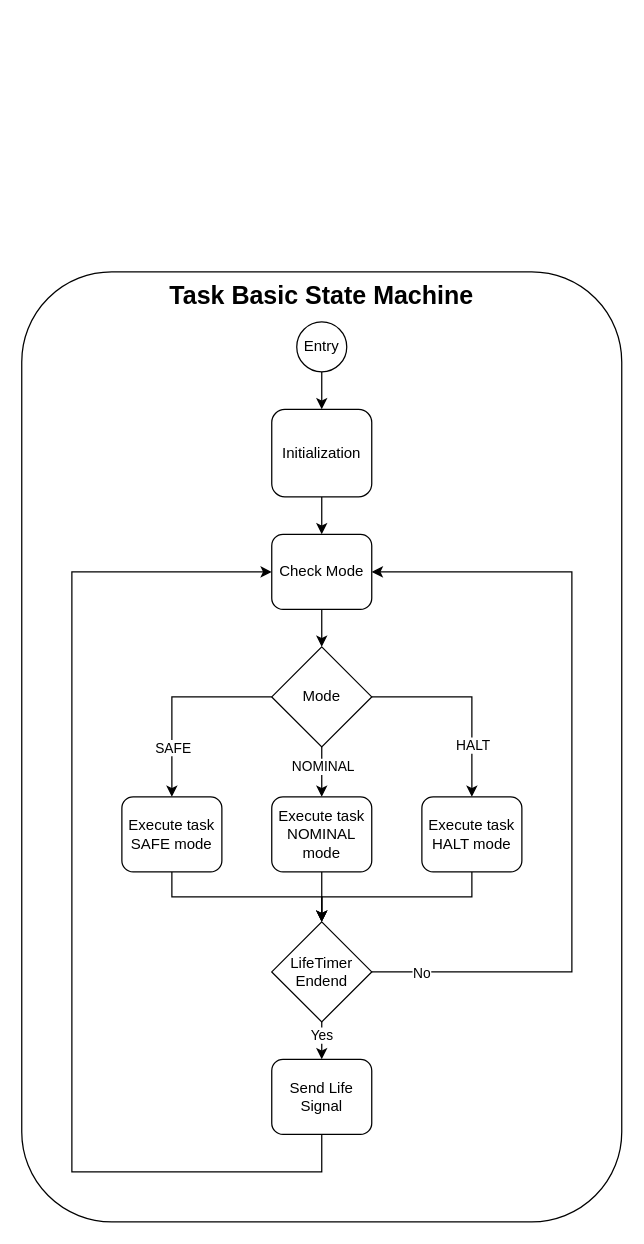
Before: doc/images/Task_Basic_State_Machine.drawio in TOLOSAT/flight-software, a draw.io diagram. Source tidied: cells renumbered, new cells numbered last; positions are measured from the earlier drawing's top-left corner, leaving out a move shared by most shapes. Both pictures are drawn from the tidied source at 125%, with x=0, y=0 at pixel (21, 271).
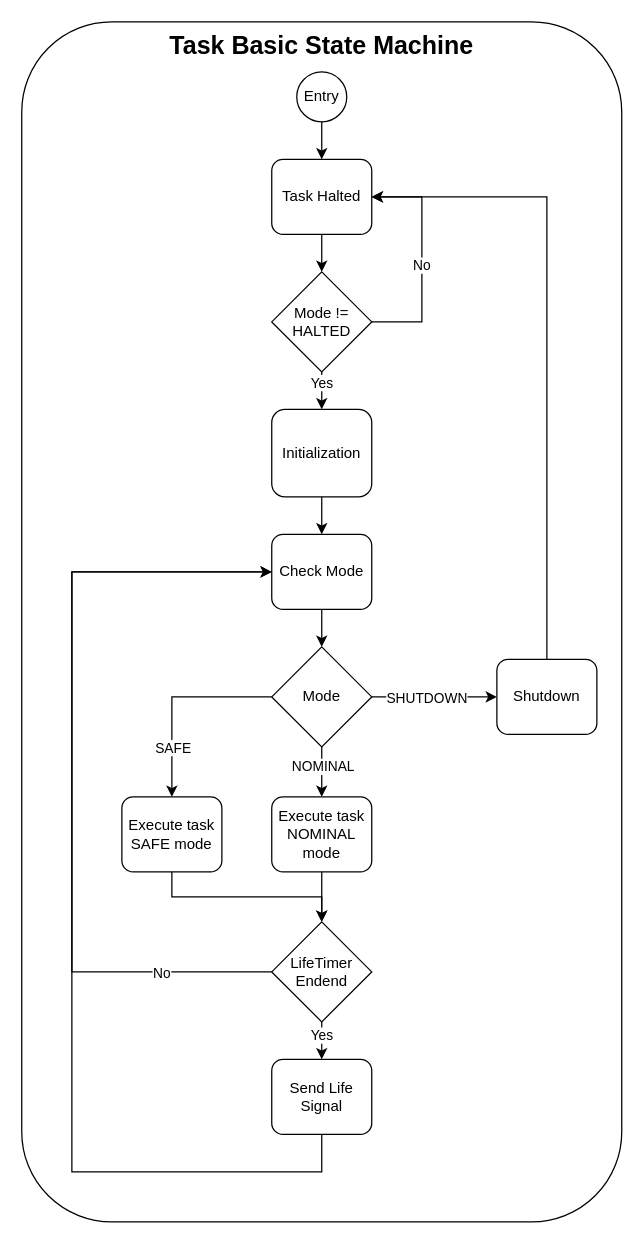
The same page after the edit.

Commit message (it also covers changes not shown here):
Improve basic task state machine

The change refers to these unchanged cells:
```xml
<mxCell id="4" value="Initialization" style="rounded=1;whiteSpace=wrap;html=1;" parent="1" vertex="1">
  <mxGeometry x="199.9" y="110" width="80" height="70" as="geometry" />
</mxCell>
<mxCell id="6" value="Check Mode" style="rounded=1;whiteSpace=wrap;html=1;" parent="1" vertex="1">
  <mxGeometry x="199.9" y="210" width="80" height="60" as="geometry" />
</mxCell>
<mxCell id="13" value="Mode" style="rhombus;whiteSpace=wrap;html=1;" parent="1" vertex="1">
  <mxGeometry x="199.9" y="300" width="80" height="80" as="geometry" />
</mxCell>
<mxCell id="26" value="LifeTimer Endend" style="rhombus;whiteSpace=wrap;html=1;" parent="1" vertex="1">
  <mxGeometry x="199.9" y="520" width="80" height="80" as="geometry" />
</mxCell>
```

Diff of the diagram source:
```diff
@@
     <mxCell id="2" value="&lt;font style=&quot;font-size: 20px;&quot;&gt;&lt;b&gt;Task Basic State Machine&lt;/b&gt;&lt;/font&gt;" style="rounded=1;whiteSpace=wrap;html=1;verticalAlign=top;" parent="1" vertex="1">
-      <mxGeometry x="-0.1" width="480" height="760" as="geometry" />
+      <mxGeometry x="-0.1" y="-200" width="480" height="960" as="geometry" />
     </mxCell>
@@
-    <mxCell id="11" style="edgeStyle=orthogonalEdgeStyle;rounded=0;jettySize=auto;html=1;exitX=1;exitY=0.5;exitDx=0;exitDy=0;entryX=0.5;entryY=0;entryDx=0;entryDy=0;" parent="1" edge="1" source="13" target="28">
+    <mxCell id="11" style="edgeStyle=orthogonalEdgeStyle;rounded=0;jettySize=auto;html=1;exitX=1;exitY=0.5;exitDx=0;exitDy=0;entryX=0;entryY=0.5;entryDx=0;entryDy=0;" parent="1" edge="1" source="13" target="28">
       <mxGeometry relative="1" as="geometry" />
     </mxCell>
-    <mxCell id="12" value="HALT" style="edgeLabel;html=1;align=center;verticalAlign=middle;" parent="11" vertex="1">
+    <mxCell id="12" value="SHUTDOWN" style="edgeLabel;html=1;align=center;verticalAlign=middle;" parent="11" vertex="1">
       <mxGeometry x="0.38" y="-2" relative="1" as="geometry">
-        <mxPoint x="2" y="9" as="offset" />
+        <mxPoint x="-25" y="-2" as="offset" />
       </mxGeometry>
     </mxCell>
@@
-    <mxCell id="14" style="edgeStyle=orthogonalEdgeStyle;rounded=0;jettySize=auto;html=1;exitX=0.5;exitY=1;exitDx=0;exitDy=0;entryX=0.5;entryY=0;entryDx=0;entryDy=0;" parent="1" edge="1" source="15" target="4">
-      <mxGeometry relative="1" as="geometry" />
-    </mxCell>
+    <mxCell id="29" style="edgeStyle=orthogonalEdgeStyle;rounded=0;jettySize=auto;html=1;exitX=0.5;exitY=1;exitDx=0;exitDy=0;entryX=0.5;entryY=0;entryDx=0;entryDy=0;" parent="1" edge="1" source="15" target="32">
+      <mxGeometry relative="1" as="geometry" />
+    </mxCell>
     <mxCell id="15" value="Entry" style="ellipse;whiteSpace=wrap;html=1;" parent="1" vertex="1">
-      <mxGeometry x="219.9" y="40" width="40" height="40" as="geometry" />
+      <mxGeometry x="219.9" y="-160" width="40" height="40" as="geometry" />
     </mxCell>
@@
-    <mxCell id="24" style="edgeStyle=orthogonalEdgeStyle;rounded=0;jettySize=auto;html=1;exitX=1;exitY=0.5;exitDx=0;exitDy=0;entryX=1;entryY=0.5;entryDx=0;entryDy=0;" parent="1" edge="1" source="26" target="6">
+    <mxCell id="24" style="edgeStyle=orthogonalEdgeStyle;rounded=0;jettySize=auto;html=1;exitX=0;exitY=0.5;exitDx=0;exitDy=0;entryX=0;entryY=0.5;entryDx=0;entryDy=0;" parent="1" edge="1" source="26" target="6">
       <mxGeometry relative="1" as="geometry">
         <Array as="points">
-          <mxPoint x="440" y="560" />
-          <mxPoint x="440" y="240" />
+          <mxPoint x="40" y="560" />
+          <mxPoint x="40" y="240" />
         </Array>
       </mxGeometry>
     </mxCell>
     <mxCell id="25" value="No" style="edgeLabel;html=1;align=center;verticalAlign=middle;" parent="24" vertex="1">
       <mxGeometry x="-0.8" y="2" relative="1" as="geometry">
-        <mxPoint x="-24" y="2" as="offset" />
+        <mxPoint x="-24" y="-2" as="offset" />
       </mxGeometry>
     </mxCell>
@@
-    <mxCell id="27" style="edgeStyle=orthogonalEdgeStyle;rounded=0;jettySize=auto;html=1;exitX=0.5;exitY=1;exitDx=0;exitDy=0;entryX=0.5;entryY=0;entryDx=0;entryDy=0;" parent="1" edge="1" source="28" target="26">
-      <mxGeometry relative="1" as="geometry" />
-    </mxCell>
+    <mxCell id="30" style="edgeStyle=orthogonalEdgeStyle;rounded=0;jettySize=auto;html=1;exitX=0.5;exitY=0;exitDx=0;exitDy=0;entryX=1;entryY=0.5;entryDx=0;entryDy=0;" parent="1" edge="1" source="28" target="32">
+      <mxGeometry relative="1" as="geometry" />
+    </mxCell>
-    <mxCell id="28" value="Execute task HALT mode" style="rounded=1;whiteSpace=wrap;html=1;" parent="1" vertex="1">
-      <mxGeometry x="320" y="420" width="80" height="60" as="geometry" />
+    <mxCell id="28" value="Shutdown" style="rounded=1;whiteSpace=wrap;html=1;" parent="1" vertex="1">
+      <mxGeometry x="380" y="310" width="80" height="60" as="geometry" />
     </mxCell>
+    <mxCell id="31" style="edgeStyle=orthogonalEdgeStyle;rounded=0;jettySize=auto;html=1;exitX=0.5;exitY=1;exitDx=0;exitDy=0;entryX=0.5;entryY=0;entryDx=0;entryDy=0;" parent="1" edge="1" source="32" target="37">
+      <mxGeometry relative="1" as="geometry" />
+    </mxCell>
+    <mxCell id="32" value="Task Halted" style="rounded=1;whiteSpace=wrap;html=1;" parent="1" vertex="1">
+      <mxGeometry x="199.9" y="-90" width="80" height="60" as="geometry" />
+    </mxCell>
+    <mxCell id="33" style="edgeStyle=orthogonalEdgeStyle;rounded=0;jettySize=auto;html=1;exitX=0.5;exitY=1;exitDx=0;exitDy=0;entryX=0.5;entryY=0;entryDx=0;entryDy=0;" parent="1" edge="1" source="37" target="4">
+      <mxGeometry relative="1" as="geometry" />
+    </mxCell>
+    <mxCell id="34" value="Yes" style="edgeLabel;html=1;align=center;verticalAlign=middle;" parent="33" vertex="1">
+      <mxGeometry x="-0.5" y="3" relative="1" as="geometry">
+        <mxPoint x="-3" as="offset" />
+      </mxGeometry>
+    </mxCell>
+    <mxCell id="35" style="edgeStyle=orthogonalEdgeStyle;rounded=0;jettySize=auto;html=1;exitX=1;exitY=0.5;exitDx=0;exitDy=0;entryX=1;entryY=0.5;entryDx=0;entryDy=0;" parent="1" edge="1" source="37" target="32">
+      <mxGeometry relative="1" as="geometry">
+        <Array as="points">
+          <mxPoint x="320" y="40" />
+          <mxPoint x="320" y="-60" />
+        </Array>
+      </mxGeometry>
+    </mxCell>
+    <mxCell id="36" value="No" style="edgeLabel;html=1;align=center;verticalAlign=middle;" parent="35" vertex="1">
+      <mxGeometry x="-0.05" y="1" relative="1" as="geometry" />
+    </mxCell>
+    <mxCell id="37" value="Mode != HALTED" style="rhombus;whiteSpace=wrap;html=1;" parent="1" vertex="1">
+      <mxGeometry x="199.9" width="80" height="80" as="geometry" />
+    </mxCell>
```
